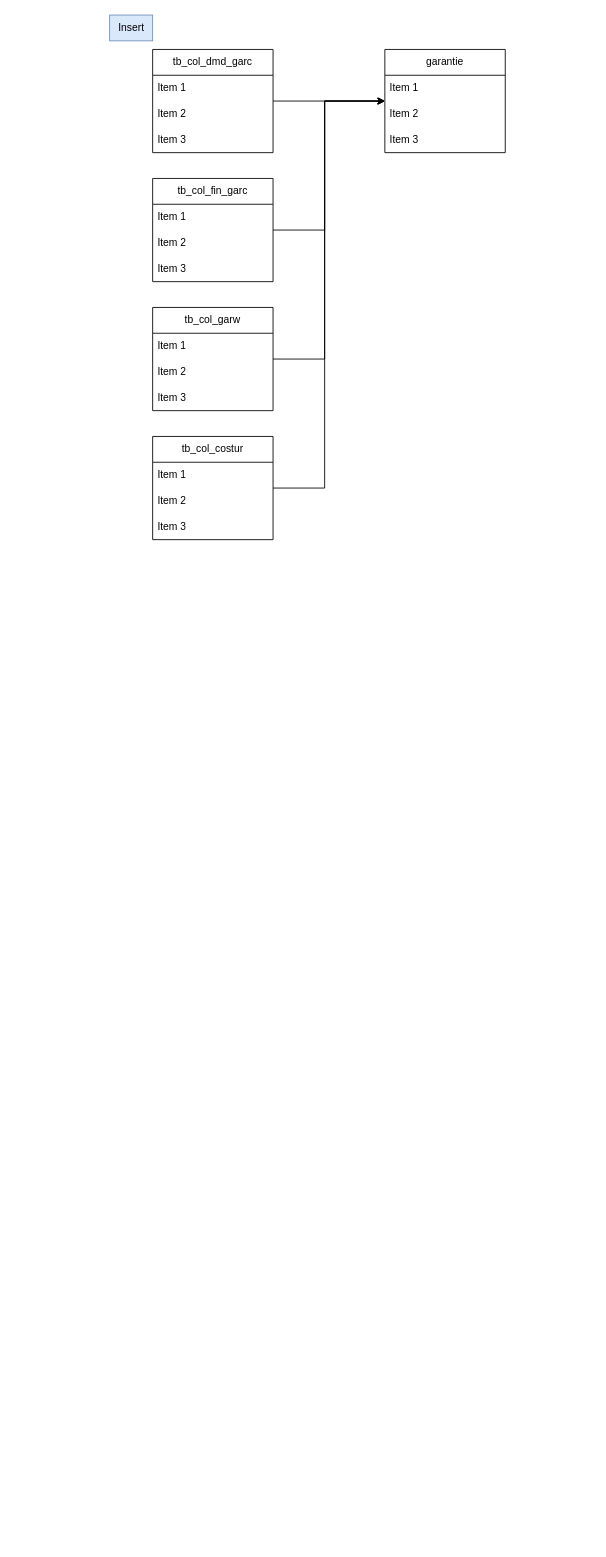
Earlier version of the draw.io diagram page "garantie" (11 of 15) of schema_laurent.drawio (wunyu/drawio). Source tidied: cells renumbered, new cells numbered last; positions are measured from the earlier drawing's top-left corner, leaving out a move shared by most shapes. Both pictures are drawn from the tidied source at 86%, with x=0, y=0 at pixel (109, 15).
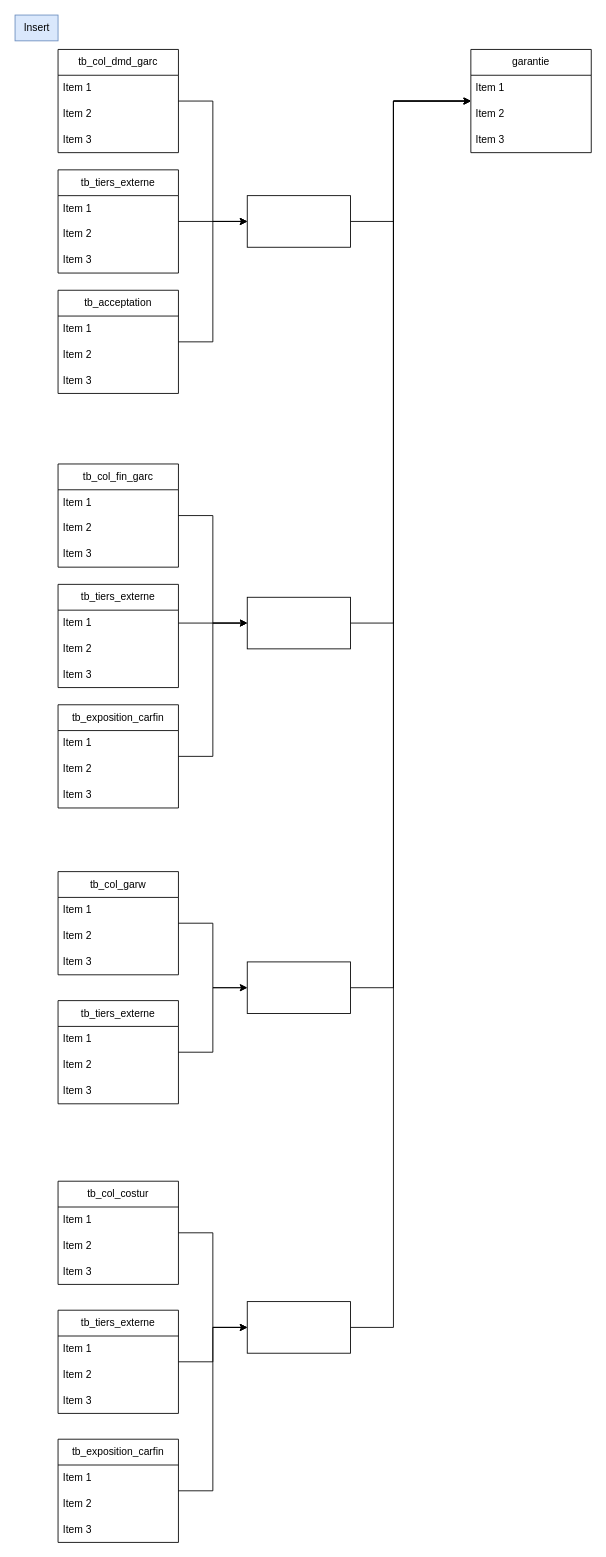
The same diagram, later.

Diff of the diagram source:
```diff
@@
     <mxCell id="2" value="garantie" style="swimlane;fontStyle=0;horizontal=1;startSize=30;whiteSpace=wrap;html=1;" parent="1" vertex="1">
-      <mxGeometry x="320" y="40" width="140" height="120" as="geometry" />
+      <mxGeometry x="420" y="40" width="140" height="120" as="geometry" />
     </mxCell>
@@
-    <mxCell id="6" style="edgeStyle=orthogonalEdgeStyle;rounded=0;jettySize=auto;html=1;" parent="1" edge="1" source="7" target="2">
-      <mxGeometry relative="1" as="geometry" />
-    </mxCell>
+    <mxCell id="27" style="edgeStyle=orthogonalEdgeStyle;rounded=0;jettySize=auto;html=1;entryX=0;entryY=0.5;entryDx=0;entryDy=0;" parent="1" edge="1" source="7" target="73">
+      <mxGeometry relative="1" as="geometry" />
+    </mxCell>
     <mxCell id="7" value="tb_col_dmd_garc" style="swimlane;fontStyle=0;horizontal=1;startSize=30;whiteSpace=wrap;html=1;" parent="1" vertex="1">
-      <mxGeometry x="50" y="40" width="140" height="120" as="geometry" />
+      <mxGeometry x="-60" y="40" width="140" height="120" as="geometry" />
     </mxCell>
@@
     <mxCell id="11" value="Insert" style="text;html=1;align=center;verticalAlign=middle;strokeColor=#6c8ebf;fillColor=#dae8fc;" parent="1" vertex="1">
-      <mxGeometry width="50" height="30" as="geometry" />
+      <mxGeometry x="-110" width="50" height="30" as="geometry" />
     </mxCell>
-    <mxCell id="12" style="edgeStyle=orthogonalEdgeStyle;rounded=0;jettySize=auto;html=1;" parent="1" edge="1" source="13" target="2">
-      <mxGeometry relative="1" as="geometry">
-        <Array as="points">
-          <mxPoint x="250" y="250" />
-          <mxPoint x="250" y="100" />
-        </Array>
-      </mxGeometry>
-    </mxCell>
+    <mxCell id="28" style="edgeStyle=orthogonalEdgeStyle;rounded=0;jettySize=auto;html=1;entryX=0;entryY=0.5;entryDx=0;entryDy=0;" parent="1" edge="1" source="13" target="60">
+      <mxGeometry relative="1" as="geometry" />
+    </mxCell>
     <mxCell id="13" value="tb_col_fin_garc" style="swimlane;fontStyle=0;horizontal=1;startSize=30;whiteSpace=wrap;html=1;" parent="1" vertex="1">
-      <mxGeometry x="50" y="190" width="140" height="120" as="geometry" />
+      <mxGeometry x="-60" y="522" width="140" height="120" as="geometry" />
     </mxCell>
@@
-    <mxCell id="17" style="edgeStyle=orthogonalEdgeStyle;rounded=0;jettySize=auto;html=1;" parent="1" edge="1" source="18" target="2">
-      <mxGeometry relative="1" as="geometry">
-        <Array as="points">
-          <mxPoint x="250" y="400" />
-          <mxPoint x="250" y="100" />
-        </Array>
-      </mxGeometry>
-    </mxCell>
+    <mxCell id="29" style="edgeStyle=orthogonalEdgeStyle;rounded=0;jettySize=auto;html=1;" parent="1" edge="1" source="18" target="49">
+      <mxGeometry relative="1" as="geometry" />
+    </mxCell>
     <mxCell id="18" value="tb_col_garw" style="swimlane;fontStyle=0;horizontal=1;startSize=30;whiteSpace=wrap;html=1;" parent="1" vertex="1">
-      <mxGeometry x="50" y="340" width="140" height="120" as="geometry" />
+      <mxGeometry x="-60" y="996" width="140" height="120" as="geometry" />
     </mxCell>
@@
-    <mxCell id="22" style="edgeStyle=orthogonalEdgeStyle;rounded=0;jettySize=auto;html=1;" parent="1" edge="1" source="23" target="2">
-      <mxGeometry relative="1" as="geometry">
-        <Array as="points">
-          <mxPoint x="250" y="550" />
-          <mxPoint x="250" y="100" />
-        </Array>
-      </mxGeometry>
-    </mxCell>
+    <mxCell id="30" style="edgeStyle=orthogonalEdgeStyle;rounded=0;jettySize=auto;html=1;entryX=0;entryY=0.5;entryDx=0;entryDy=0;" parent="1" edge="1" source="23" target="42">
+      <mxGeometry relative="1" as="geometry" />
+    </mxCell>
     <mxCell id="23" value="tb_col_costur" style="swimlane;fontStyle=0;horizontal=1;startSize=30;whiteSpace=wrap;html=1;" parent="1" vertex="1">
-      <mxGeometry x="50" y="490" width="140" height="120" as="geometry" />
+      <mxGeometry x="-60" y="1356" width="140" height="120" as="geometry" />
     </mxCell>
@@
+    <mxCell id="31" style="edgeStyle=orthogonalEdgeStyle;rounded=0;jettySize=auto;html=1;" parent="1" edge="1" source="32" target="42">
+      <mxGeometry relative="1" as="geometry" />
+    </mxCell>
+    <mxCell id="32" value="tb_tiers_externe" style="swimlane;fontStyle=0;horizontal=1;startSize=30;whiteSpace=wrap;html=1;" parent="1" vertex="1">
+      <mxGeometry x="-60" y="1506" width="140" height="120" as="geometry" />
+    </mxCell>
+    <mxCell id="33" value="Item 1" style="text;strokeColor=none;fillColor=none;align=left;verticalAlign=middle;spacingLeft=4;spacingRight=4;overflow=hidden;whiteSpace=wrap;html=1;" parent="32" vertex="1">
+      <mxGeometry y="30" width="140" height="30" as="geometry" />
+    </mxCell>
+    <mxCell id="34" value="Item 2" style="text;strokeColor=none;fillColor=none;align=left;verticalAlign=middle;spacingLeft=4;spacingRight=4;overflow=hidden;whiteSpace=wrap;html=1;" parent="32" vertex="1">
+      <mxGeometry y="60" width="140" height="30" as="geometry" />
+    </mxCell>
+    <mxCell id="35" value="Item 3" style="text;strokeColor=none;fillColor=none;align=left;verticalAlign=middle;spacingLeft=4;spacingRight=4;overflow=hidden;whiteSpace=wrap;html=1;" parent="32" vertex="1">
+      <mxGeometry y="90" width="140" height="30" as="geometry" />
+    </mxCell>
+    <mxCell id="36" style="edgeStyle=orthogonalEdgeStyle;rounded=0;jettySize=auto;html=1;entryX=0;entryY=0.5;entryDx=0;entryDy=0;" parent="1" edge="1" source="37" target="42">
+      <mxGeometry relative="1" as="geometry" />
+    </mxCell>
+    <mxCell id="37" value="tb_exposition_carfin" style="swimlane;fontStyle=0;horizontal=1;startSize=30;whiteSpace=wrap;html=1;" parent="1" vertex="1">
+      <mxGeometry x="-60" y="1656" width="140" height="120" as="geometry" />
+    </mxCell>
+    <mxCell id="38" value="Item 1" style="text;strokeColor=none;fillColor=none;align=left;verticalAlign=middle;spacingLeft=4;spacingRight=4;overflow=hidden;whiteSpace=wrap;html=1;" parent="37" vertex="1">
+      <mxGeometry y="30" width="140" height="30" as="geometry" />
+    </mxCell>
+    <mxCell id="39" value="Item 2" style="text;strokeColor=none;fillColor=none;align=left;verticalAlign=middle;spacingLeft=4;spacingRight=4;overflow=hidden;whiteSpace=wrap;html=1;" parent="37" vertex="1">
+      <mxGeometry y="60" width="140" height="30" as="geometry" />
+    </mxCell>
+    <mxCell id="40" value="Item 3" style="text;strokeColor=none;fillColor=none;align=left;verticalAlign=middle;spacingLeft=4;spacingRight=4;overflow=hidden;whiteSpace=wrap;html=1;" parent="37" vertex="1">
+      <mxGeometry y="90" width="140" height="30" as="geometry" />
+    </mxCell>
+    <mxCell id="41" style="edgeStyle=orthogonalEdgeStyle;rounded=0;jettySize=auto;html=1;" parent="1" edge="1" source="42" target="2">
+      <mxGeometry relative="1" as="geometry">
+        <Array as="points">
+          <mxPoint x="330" y="1526" />
+          <mxPoint x="330" y="100" />
+        </Array>
+      </mxGeometry>
+    </mxCell>
+    <mxCell id="42" style="rounded=0;whiteSpace=wrap;html=1;" parent="1" vertex="1">
+      <mxGeometry x="160" y="1496" width="120" height="60" as="geometry" />
+    </mxCell>
+    <mxCell id="43" style="edgeStyle=orthogonalEdgeStyle;rounded=0;jettySize=auto;html=1;" parent="1" edge="1" source="44" target="49">
+      <mxGeometry relative="1" as="geometry" />
+    </mxCell>
+    <mxCell id="44" value="tb_tiers_externe" style="swimlane;fontStyle=0;horizontal=1;startSize=30;whiteSpace=wrap;html=1;" parent="1" vertex="1">
+      <mxGeometry x="-60" y="1146" width="140" height="120" as="geometry" />
+    </mxCell>
+    <mxCell id="45" value="Item 1" style="text;strokeColor=none;fillColor=none;align=left;verticalAlign=middle;spacingLeft=4;spacingRight=4;overflow=hidden;whiteSpace=wrap;html=1;" parent="44" vertex="1">
+      <mxGeometry y="30" width="140" height="30" as="geometry" />
+    </mxCell>
+    <mxCell id="46" value="Item 2" style="text;strokeColor=none;fillColor=none;align=left;verticalAlign=middle;spacingLeft=4;spacingRight=4;overflow=hidden;whiteSpace=wrap;html=1;" parent="44" vertex="1">
+      <mxGeometry y="60" width="140" height="30" as="geometry" />
+    </mxCell>
+    <mxCell id="47" value="Item 3" style="text;strokeColor=none;fillColor=none;align=left;verticalAlign=middle;spacingLeft=4;spacingRight=4;overflow=hidden;whiteSpace=wrap;html=1;" parent="44" vertex="1">
+      <mxGeometry y="90" width="140" height="30" as="geometry" />
+    </mxCell>
+    <mxCell id="48" style="edgeStyle=orthogonalEdgeStyle;rounded=0;jettySize=auto;html=1;" parent="1" edge="1" source="49" target="2">
+      <mxGeometry relative="1" as="geometry">
+        <Array as="points">
+          <mxPoint x="330" y="1131" />
+          <mxPoint x="330" y="100" />
+        </Array>
+      </mxGeometry>
+    </mxCell>
+    <mxCell id="49" style="rounded=0;whiteSpace=wrap;html=1;" parent="1" vertex="1">
+      <mxGeometry x="160" y="1101" width="120" height="60" as="geometry" />
+    </mxCell>
+    <mxCell id="50" value="tb_tiers_externe" style="swimlane;fontStyle=0;horizontal=1;startSize=30;whiteSpace=wrap;html=1;" parent="1" vertex="1">
+      <mxGeometry x="-60" y="662" width="140" height="120" as="geometry" />
+    </mxCell>
+    <mxCell id="51" value="Item 1" style="text;strokeColor=none;fillColor=none;align=left;verticalAlign=middle;spacingLeft=4;spacingRight=4;overflow=hidden;points=[[0,0.5],[1,0.5]];portConstraint=eastwest;whiteSpace=wrap;html=1;" parent="50" vertex="1">
+      <mxGeometry y="30" width="140" height="30" as="geometry" />
+    </mxCell>
+    <mxCell id="52" value="Item 2" style="text;strokeColor=none;fillColor=none;align=left;verticalAlign=middle;spacingLeft=4;spacingRight=4;overflow=hidden;whiteSpace=wrap;html=1;" parent="50" vertex="1">
+      <mxGeometry y="60" width="140" height="30" as="geometry" />
+    </mxCell>
+    <mxCell id="53" value="Item 3" style="text;strokeColor=none;fillColor=none;align=left;verticalAlign=middle;spacingLeft=4;spacingRight=4;overflow=hidden;whiteSpace=wrap;html=1;" parent="50" vertex="1">
+      <mxGeometry y="90" width="140" height="30" as="geometry" />
+    </mxCell>
+    <mxCell id="54" style="edgeStyle=orthogonalEdgeStyle;rounded=0;jettySize=auto;html=1;entryX=0;entryY=0.5;entryDx=0;entryDy=0;" parent="1" edge="1" source="55" target="60">
+      <mxGeometry relative="1" as="geometry" />
+    </mxCell>
+    <mxCell id="55" value="tb_exposition_carfin" style="swimlane;fontStyle=0;horizontal=1;startSize=30;whiteSpace=wrap;html=1;" parent="1" vertex="1">
+      <mxGeometry x="-60" y="802" width="140" height="120" as="geometry" />
+    </mxCell>
+    <mxCell id="56" value="Item 1" style="text;strokeColor=none;fillColor=none;align=left;verticalAlign=middle;spacingLeft=4;spacingRight=4;overflow=hidden;whiteSpace=wrap;html=1;" parent="55" vertex="1">
+      <mxGeometry y="30" width="140" height="30" as="geometry" />
+    </mxCell>
+    <mxCell id="57" value="Item 2" style="text;strokeColor=none;fillColor=none;align=left;verticalAlign=middle;spacingLeft=4;spacingRight=4;overflow=hidden;whiteSpace=wrap;html=1;" parent="55" vertex="1">
+      <mxGeometry y="60" width="140" height="30" as="geometry" />
+    </mxCell>
+    <mxCell id="58" value="Item 3" style="text;strokeColor=none;fillColor=none;align=left;verticalAlign=middle;spacingLeft=4;spacingRight=4;overflow=hidden;whiteSpace=wrap;html=1;" parent="55" vertex="1">
+      <mxGeometry y="90" width="140" height="30" as="geometry" />
+    </mxCell>
+    <mxCell id="59" style="edgeStyle=orthogonalEdgeStyle;rounded=0;jettySize=auto;html=1;" parent="1" edge="1" source="60" target="2">
+      <mxGeometry relative="1" as="geometry">
+        <Array as="points">
+          <mxPoint x="330" y="707" />
+          <mxPoint x="330" y="100" />
+        </Array>
+      </mxGeometry>
+    </mxCell>
+    <mxCell id="60" style="rounded=0;whiteSpace=wrap;html=1;" parent="1" vertex="1">
+      <mxGeometry x="160" y="677" width="120" height="60" as="geometry" />
+    </mxCell>
+    <mxCell id="61" style="edgeStyle=orthogonalEdgeStyle;rounded=0;jettySize=auto;html=1;" parent="1" edge="1" source="51" target="60">
+      <mxGeometry relative="1" as="geometry" />
+    </mxCell>
+    <mxCell id="62" style="edgeStyle=orthogonalEdgeStyle;rounded=0;jettySize=auto;html=1;" parent="1" edge="1" source="63" target="73">
+      <mxGeometry relative="1" as="geometry" />
+    </mxCell>
+    <mxCell id="63" value="tb_tiers_externe" style="swimlane;fontStyle=0;horizontal=1;startSize=30;whiteSpace=wrap;html=1;" parent="1" vertex="1">
+      <mxGeometry x="-60" y="180" width="140" height="120" as="geometry" />
+    </mxCell>
+    <mxCell id="64" value="Item 1" style="text;strokeColor=none;fillColor=none;align=left;verticalAlign=middle;spacingLeft=4;spacingRight=4;overflow=hidden;whiteSpace=wrap;html=1;" parent="63" vertex="1">
+      <mxGeometry y="30" width="140" height="30" as="geometry" />
+    </mxCell>
+    <mxCell id="65" value="Item 2" style="text;strokeColor=none;fillColor=none;align=left;verticalAlign=middle;spacingLeft=4;spacingRight=4;overflow=hidden;whiteSpace=wrap;html=1;" parent="63" vertex="1">
+      <mxGeometry y="60" width="140" height="30" as="geometry" />
+    </mxCell>
+    <mxCell id="66" value="Item 3" style="text;strokeColor=none;fillColor=none;align=left;verticalAlign=middle;spacingLeft=4;spacingRight=4;overflow=hidden;whiteSpace=wrap;html=1;" parent="63" vertex="1">
+      <mxGeometry y="90" width="140" height="30" as="geometry" />
+    </mxCell>
+    <mxCell id="67" style="edgeStyle=orthogonalEdgeStyle;rounded=0;jettySize=auto;html=1;entryX=0;entryY=0.5;entryDx=0;entryDy=0;" parent="1" edge="1" source="68" target="73">
+      <mxGeometry relative="1" as="geometry" />
+    </mxCell>
+    <mxCell id="68" value="tb_acceptation" style="swimlane;fontStyle=0;horizontal=1;startSize=30;whiteSpace=wrap;html=1;" parent="1" vertex="1">
+      <mxGeometry x="-60" y="320" width="140" height="120" as="geometry" />
+    </mxCell>
+    <mxCell id="69" value="Item 1" style="text;strokeColor=none;fillColor=none;align=left;verticalAlign=middle;spacingLeft=4;spacingRight=4;overflow=hidden;whiteSpace=wrap;html=1;" parent="68" vertex="1">
+      <mxGeometry y="30" width="140" height="30" as="geometry" />
+    </mxCell>
+    <mxCell id="70" value="Item 2" style="text;strokeColor=none;fillColor=none;align=left;verticalAlign=middle;spacingLeft=4;spacingRight=4;overflow=hidden;whiteSpace=wrap;html=1;" parent="68" vertex="1">
+      <mxGeometry y="60" width="140" height="30" as="geometry" />
+    </mxCell>
+    <mxCell id="71" value="Item 3" style="text;strokeColor=none;fillColor=none;align=left;verticalAlign=middle;spacingLeft=4;spacingRight=4;overflow=hidden;whiteSpace=wrap;html=1;" parent="68" vertex="1">
+      <mxGeometry y="90" width="140" height="30" as="geometry" />
+    </mxCell>
+    <mxCell id="72" style="edgeStyle=orthogonalEdgeStyle;rounded=0;jettySize=auto;html=1;" parent="1" edge="1" source="73" target="2">
+      <mxGeometry relative="1" as="geometry">
+        <Array as="points">
+          <mxPoint x="330" y="240" />
+          <mxPoint x="330" y="100" />
+        </Array>
+      </mxGeometry>
+    </mxCell>
+    <mxCell id="73" style="rounded=0;whiteSpace=wrap;html=1;" parent="1" vertex="1">
+      <mxGeometry x="160" y="210" width="120" height="60" as="geometry" />
+    </mxCell>
```
